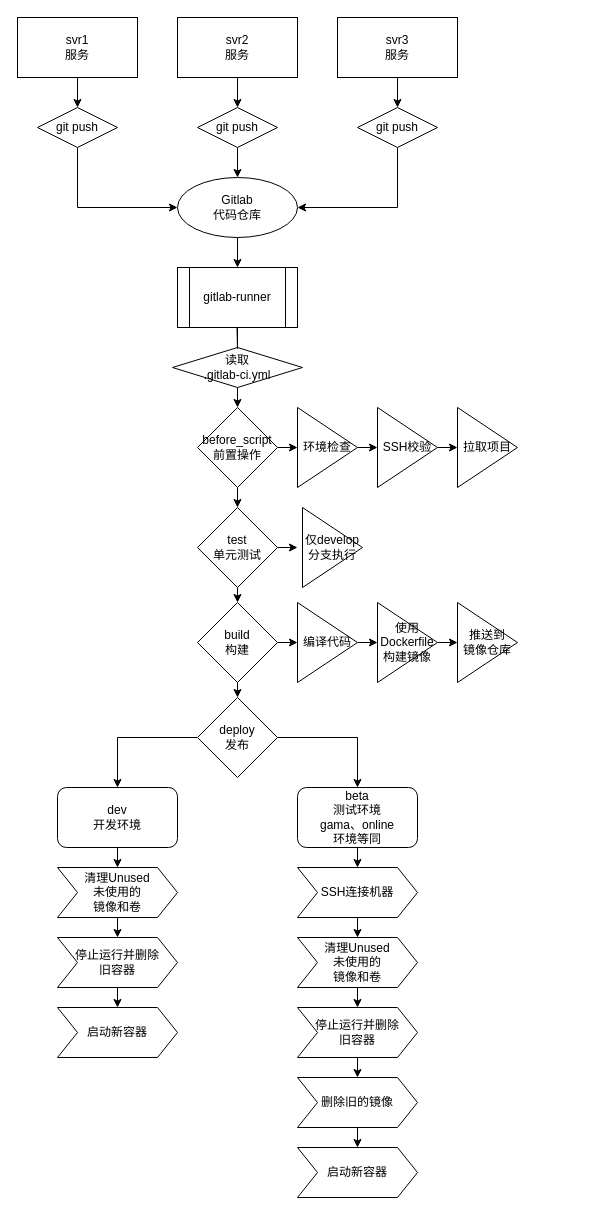
tedlz/draw.io keeps this draw.io diagram as Untitled Diagram.drawio. Above is the earlier version. Source tidied: cells renumbered, new cells numbered last; positions are measured from the earlier drawing's top-left corner, leaving out a move shared by most shapes. Both pictures are drawn from the tidied source at 100%, with x=0, y=0 at pixel (17, 17).
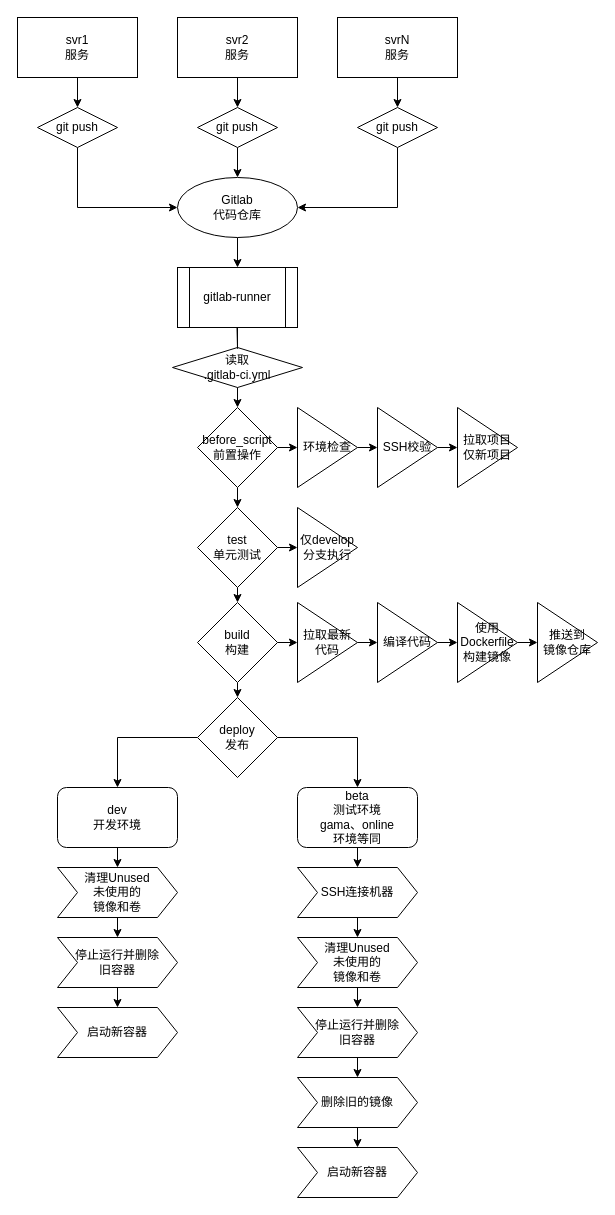
The same diagram, later.

Unchanged cells that the change refers to:
```xml
<mxCell id="23" value="build&lt;br&gt;构建" style="rhombus;whiteSpace=wrap;html=1;" parent="1" vertex="1">
  <mxGeometry x="180" y="585" width="80" height="80" as="geometry" />
</mxCell>
```

Diff of the diagram source:
```diff
@@
-    <mxCell id="11" value="svr3&lt;br&gt;服务" style="rounded=0;whiteSpace=wrap;html=1;" parent="1" vertex="1">
+    <mxCell id="11" value="svrN&lt;br&gt;服务" style="rounded=0;whiteSpace=wrap;html=1;" parent="1" vertex="1">
       <mxGeometry x="320" width="120" height="60" as="geometry" />
     </mxCell>
@@
-    <mxCell id="22" style="edgeStyle=orthogonalEdgeStyle;rounded=0;jettySize=auto;html=1;exitX=1;exitY=0.5;exitDx=0;exitDy=0;" parent="1" edge="1" source="23">
+    <mxCell id="22" style="edgeStyle=orthogonalEdgeStyle;rounded=0;orthogonalLoop=1;jettySize=auto;html=1;exitX=1;exitY=0.5;exitDx=0;exitDy=0;" parent="1" edge="1">
       <mxGeometry relative="1" as="geometry">
-        <mxPoint x="280" y="625" as="targetPoint" />
+        <mxPoint x="340" y="625" as="sourcePoint" />
+        <mxPoint x="360" y="625" as="targetPoint" />
       </mxGeometry>
     </mxCell>
@@
-    <mxCell id="37" value="拉取项目" style="triangle;whiteSpace=wrap;html=1;" parent="1" vertex="1">
+    <mxCell id="37" value="拉取项目&lt;br&gt;仅新项目" style="triangle;whiteSpace=wrap;html=1;" parent="1" vertex="1">
       <mxGeometry x="440" y="390" width="60" height="80" as="geometry" />
     </mxCell>
     <mxCell id="38" value="仅develop分支执行" style="triangle;whiteSpace=wrap;html=1;" parent="1" vertex="1">
-      <mxGeometry x="285" y="490" width="60" height="80" as="geometry" />
+      <mxGeometry x="280" y="490" width="60" height="80" as="geometry" />
     </mxCell>
@@
     <mxCell id="40" value="编译代码" style="triangle;whiteSpace=wrap;html=1;" parent="1" vertex="1">
-      <mxGeometry x="280" y="585" width="60" height="80" as="geometry" />
+      <mxGeometry x="360" y="585" width="60" height="80" as="geometry" />
     </mxCell>
     <mxCell id="41" style="edgeStyle=orthogonalEdgeStyle;rounded=0;jettySize=auto;html=1;exitX=1;exitY=0.5;exitDx=0;exitDy=0;" parent="1" edge="1" source="42">
       <mxGeometry relative="1" as="geometry">
-        <mxPoint x="440" y="625" as="targetPoint" />
+        <mxPoint x="520" y="625" as="targetPoint" />
       </mxGeometry>
     </mxCell>
     <mxCell id="42" value="使用Dockerfile&lt;br&gt;构建镜像" style="triangle;whiteSpace=wrap;html=1;" parent="1" vertex="1">
-      <mxGeometry x="360" y="585" width="60" height="80" as="geometry" />
+      <mxGeometry x="440" y="585" width="60" height="80" as="geometry" />
     </mxCell>
     <mxCell id="43" value="推送到&lt;br&gt;镜像仓库" style="triangle;whiteSpace=wrap;html=1;" parent="1" vertex="1">
-      <mxGeometry x="440" y="585" width="60" height="80" as="geometry" />
+      <mxGeometry x="520" y="585" width="60" height="80" as="geometry" />
     </mxCell>
@@
+    <mxCell id="62" style="edgeStyle=orthogonalEdgeStyle;rounded=0;orthogonalLoop=1;jettySize=auto;html=1;exitX=1;exitY=0.5;exitDx=0;exitDy=0;" parent="1" edge="1">
+      <mxGeometry relative="1" as="geometry">
+        <mxPoint x="260" y="625" as="sourcePoint" />
+        <mxPoint x="280" y="625" as="targetPoint" />
+      </mxGeometry>
+    </mxCell>
+    <mxCell id="63" value="拉取最新&lt;br&gt;代码" style="triangle;whiteSpace=wrap;html=1;" parent="1" vertex="1">
+      <mxGeometry x="280" y="585" width="60" height="80" as="geometry" />
+    </mxCell>
```
